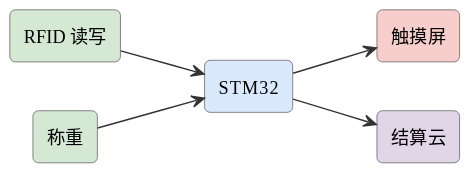
This is assets/diagrams/ideas-fig102.svg from mingyi0818/IntelligentMcuCourse, a PlantUML export, as it was before one commit.
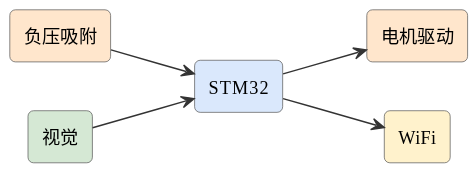
After the commit.

What changed in the source:
```diff
@@ -6,13 +6,13 @@
 skinparam arrowFontSize 11
 skinparam arrowColor #333
 left to right direction
-rectangle "RFID 读写" as rfid #d5e8d4
-rectangle "称重" as w #d5e8d4
+rectangle "负压吸附" as suck #ffe6cc
+rectangle "视觉" as cam #d5e8d4
 rectangle "STM32" as stm #dae8fc
-rectangle "触摸屏" as scr #f8cecc
-rectangle "结算云" as cloud #e1d5e8
-rfid --> stm
-w --> stm
-stm --> scr
-stm --> cloud
+rectangle "电机驱动" as motor #ffe6cc
+rectangle "WiFi" as wifi #fff2cc
+suck --> stm
+cam --> stm
+stm --> motor
+stm --> wifi
 @enduml
```
